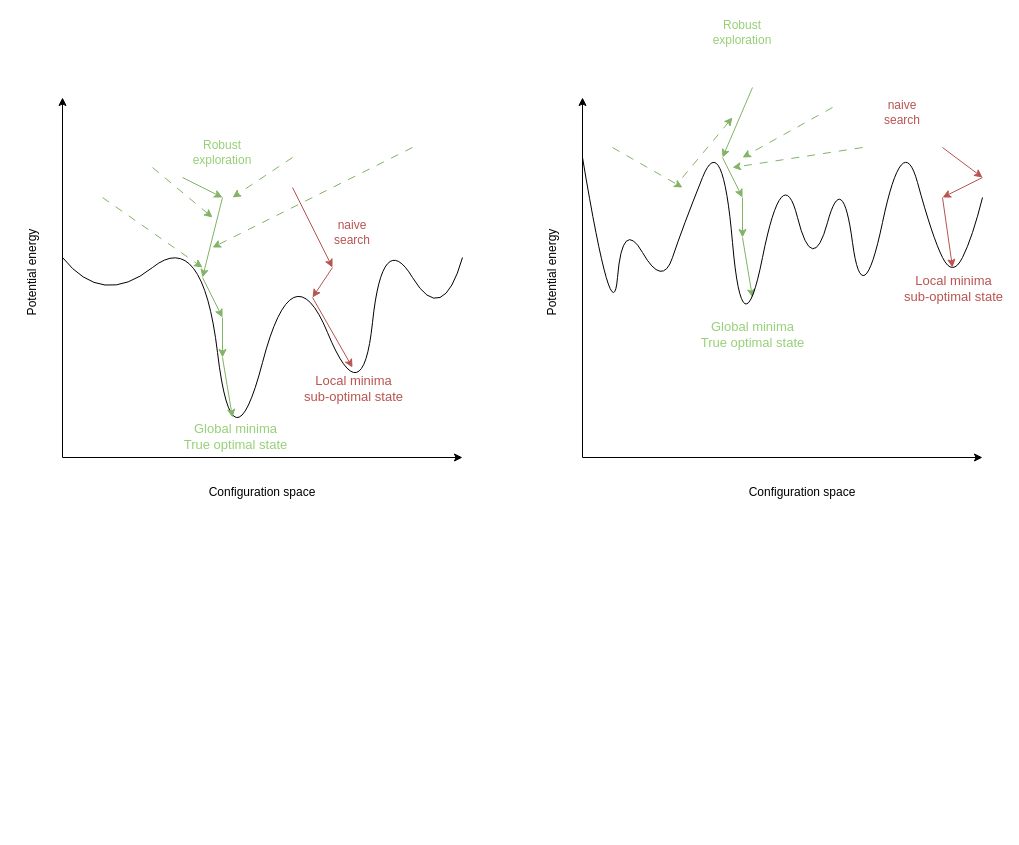
The draw.io diagram Stability_diagram.drawio in juansebastiangit/Inteligencia_artificial, before the edit. Source tidied: cells renumbered, new cells numbered last; positions are measured from the earlier drawing's top-left corner, leaving out a move shared by most shapes. Both pictures are drawn from the tidied source at 100%, with x=0, y=0 at pixel (-18, 17).
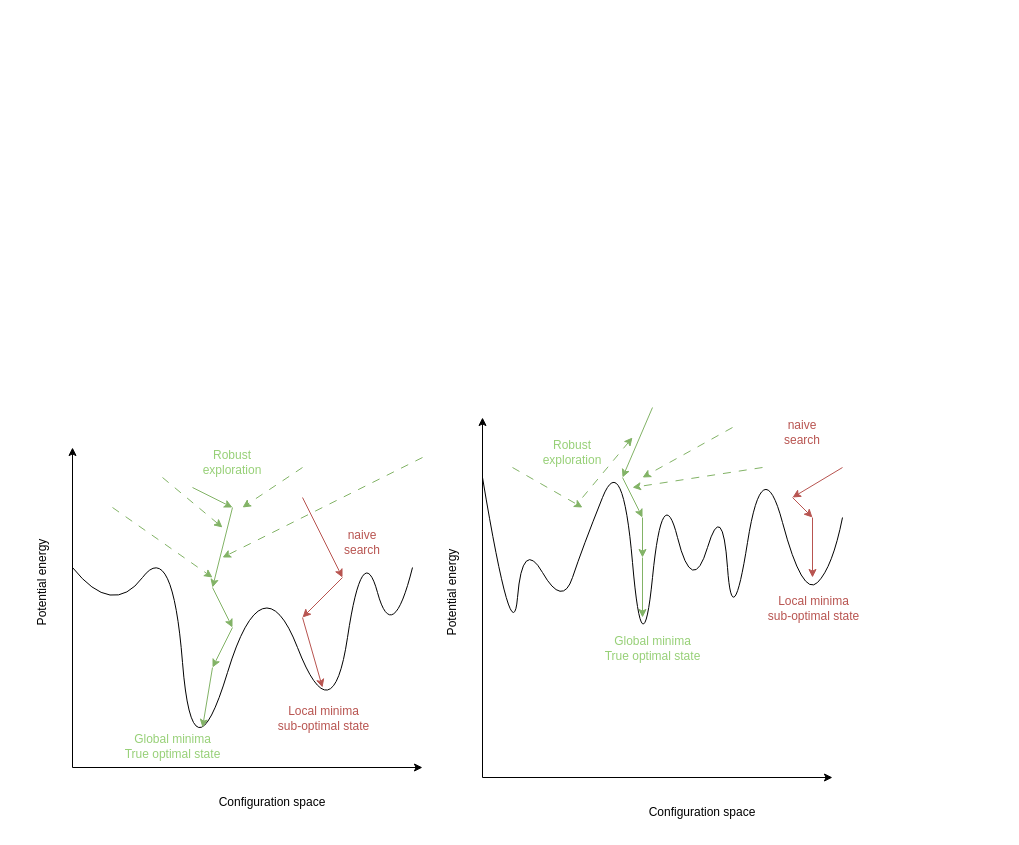
Above is the later version.

Diff of the diagram source:
```diff
@@
-    <mxCell id="2" style="endArrow=classic;html=1;rounded=0;" parent="1" edge="1">
+    <mxCell id="2" style="endArrow=classic;html=1;rounded=0;fontSize=12;" parent="1" edge="1">
       <mxGeometry relative="1" as="geometry">
-        <mxPoint x="80" y="440" as="sourcePoint" />
-        <mxPoint x="80" y="80" as="targetPoint" />
+        <mxPoint x="90" y="750" as="sourcePoint" />
+        <mxPoint x="90" y="430" as="targetPoint" />
       </mxGeometry>
     </mxCell>
-    <mxCell id="3" style="endArrow=classic;html=1;rounded=0;" parent="1" edge="1">
+    <mxCell id="3" style="endArrow=classic;html=1;rounded=0;fontSize=12;" parent="1" edge="1">
       <mxGeometry relative="1" as="geometry">
-        <mxPoint x="80" y="440" as="sourcePoint" />
-        <mxPoint x="480" y="440" as="targetPoint" />
+        <mxPoint x="90" y="750" as="sourcePoint" />
+        <mxPoint x="440" y="750" as="targetPoint" />
       </mxGeometry>
     </mxCell>
-    <mxCell id="4" style="endArrow=classic;html=1;rounded=0;" parent="1" edge="1">
+    <mxCell id="4" style="endArrow=classic;html=1;rounded=0;fontSize=12;" parent="1" edge="1">
       <mxGeometry relative="1" as="geometry">
-        <mxPoint x="600" y="440" as="sourcePoint" />
-        <mxPoint x="600" y="80" as="targetPoint" />
+        <mxPoint x="500" y="760" as="sourcePoint" />
+        <mxPoint x="500" y="400" as="targetPoint" />
       </mxGeometry>
     </mxCell>
-    <mxCell id="5" style="endArrow=classic;html=1;rounded=0;" parent="1" edge="1">
+    <mxCell id="5" style="endArrow=classic;html=1;rounded=0;fontSize=12;" parent="1" edge="1">
       <mxGeometry relative="1" as="geometry">
-        <mxPoint x="600" y="440" as="sourcePoint" />
-        <mxPoint x="1000" y="440" as="targetPoint" />
+        <mxPoint x="500" y="760" as="sourcePoint" />
+        <mxPoint x="850" y="760" as="targetPoint" />
       </mxGeometry>
     </mxCell>
-    <mxCell id="6" value="Potential energy" style="text;html=1;whiteSpace=wrap;strokeColor=none;fillColor=none;align=center;verticalAlign=middle;rounded=0;rotation=-90;" parent="1" vertex="1">
-      <mxGeometry y="240" width="100" height="30" as="geometry" />
+    <mxCell id="6" value="Potential energy" style="text;html=1;whiteSpace=wrap;strokeColor=none;fillColor=none;align=center;verticalAlign=middle;rounded=0;rotation=-90;fontSize=12;" parent="1" vertex="1">
+      <mxGeometry x="10" y="550" width="100" height="30" as="geometry" />
     </mxCell>
-    <mxCell id="7" value="Potential energy" style="text;html=1;whiteSpace=wrap;strokeColor=none;fillColor=none;align=center;verticalAlign=middle;rounded=0;rotation=-90;" parent="1" vertex="1">
-      <mxGeometry x="520" y="240" width="100" height="30" as="geometry" />
+    <mxCell id="7" value="Potential energy" style="text;html=1;whiteSpace=wrap;strokeColor=none;fillColor=none;align=center;verticalAlign=middle;rounded=0;rotation=-90;fontSize=12;" parent="1" vertex="1">
+      <mxGeometry x="420" y="560" width="100" height="30" as="geometry" />
     </mxCell>
-    <mxCell id="8" value="Configuration space" style="text;html=1;whiteSpace=wrap;strokeColor=none;fillColor=none;align=center;verticalAlign=middle;rounded=0;" parent="1" vertex="1">
-      <mxGeometry x="210" y="460" width="140" height="30" as="geometry" />
+    <mxCell id="8" value="Configuration space" style="text;html=1;whiteSpace=wrap;strokeColor=none;fillColor=none;align=center;verticalAlign=middle;rounded=0;fontSize=12;" parent="1" vertex="1">
+      <mxGeometry x="220" y="770" width="140" height="30" as="geometry" />
     </mxCell>
-    <mxCell id="9" value="Configuration space" style="text;html=1;whiteSpace=wrap;strokeColor=none;fillColor=none;align=center;verticalAlign=middle;rounded=0;" parent="1" vertex="1">
-      <mxGeometry x="750" y="460" width="140" height="30" as="geometry" />
+    <mxCell id="9" value="Configuration space" style="text;html=1;whiteSpace=wrap;strokeColor=none;fillColor=none;align=center;verticalAlign=middle;rounded=0;fontSize=12;" parent="1" vertex="1">
+      <mxGeometry x="650" y="780" width="140" height="30" as="geometry" />
     </mxCell>
-    <mxCell id="10" style="endArrow=none;html=1;rounded=0;curved=1;" parent="1" edge="1">
+    <mxCell id="10" style="endArrow=none;html=1;rounded=0;curved=1;fontSize=12;" parent="1" edge="1">
       <mxGeometry relative="1" as="geometry">
-        <mxPoint x="80" y="240" as="sourcePoint" />
-        <mxPoint x="480" y="240" as="targetPoint" />
+        <mxPoint x="90" y="550" as="sourcePoint" />
+        <mxPoint x="430" y="550" as="targetPoint" />
         <Array as="points">
-          <mxPoint x="120" y="290" />
-          <mxPoint x="220" y="210" />
-          <mxPoint x="250" y="460" />
-          <mxPoint x="310" y="230" />
-          <mxPoint x="380" y="400" />
-          <mxPoint x="400" y="210" />
-          <mxPoint x="460" y="310" />
+          <mxPoint x="130" y="600" />
+          <mxPoint x="190" y="520" />
+          <mxPoint x="210" y="770" />
+          <mxPoint x="280" y="540" />
+          <mxPoint x="350" y="720" />
+          <mxPoint x="380" y="520" />
+          <mxPoint x="410" y="630" />
         </Array>
       </mxGeometry>
     </mxCell>
-    <mxCell id="11" value="Global minima&lt;div&gt;True optimal state&lt;/div&gt;" style="edgeLabel;html=1;align=center;verticalAlign=middle;fontSize=13;fontColor=#97D077;" parent="10" vertex="1">
+    <mxCell id="11" value="Global minima&lt;div&gt;True optimal state&lt;/div&gt;" style="edgeLabel;html=1;align=center;verticalAlign=middle;fontSize=12;fontColor=#97D077;" parent="10" vertex="1">
       <mxGeometry x="-0.38" y="9" relative="1" as="geometry">
-        <mxPoint y="17" as="offset" />
+        <mxPoint x="-27" y="-13" as="offset" />
       </mxGeometry>
     </mxCell>
-    <mxCell id="12" style="endArrow=classic;html=1;rounded=0;fillColor=#f8cecc;strokeColor=#b85450;" parent="1" edge="1">
+    <mxCell id="12" style="endArrow=classic;html=1;rounded=0;fillColor=#f8cecc;strokeColor=#b85450;fontSize=12;" parent="1" edge="1">
       <mxGeometry relative="1" as="geometry">
-        <mxPoint x="310" y="170" as="sourcePoint" />
-        <mxPoint x="350" y="250" as="targetPoint" />
+        <mxPoint x="320" y="480" as="sourcePoint" />
+        <mxPoint x="360" y="560" as="targetPoint" />
       </mxGeometry>
     </mxCell>
-    <mxCell id="13" style="endArrow=classic;html=1;rounded=0;fillColor=#f8cecc;strokeColor=#b85450;" parent="1" edge="1">
+    <mxCell id="13" style="endArrow=classic;html=1;rounded=0;fillColor=#f8cecc;strokeColor=#b85450;fontSize=12;" parent="1" edge="1">
       <mxGeometry relative="1" as="geometry">
-        <mxPoint x="350" y="250" as="sourcePoint" />
-        <mxPoint x="330" y="280" as="targetPoint" />
+        <mxPoint x="360" y="560" as="sourcePoint" />
+        <mxPoint x="320" y="600" as="targetPoint" />
       </mxGeometry>
     </mxCell>
-    <mxCell id="14" style="endArrow=classic;html=1;rounded=0;fillColor=#f8cecc;strokeColor=#b85450;" parent="1" edge="1">
+    <mxCell id="14" style="endArrow=classic;html=1;rounded=0;fillColor=#f8cecc;strokeColor=#b85450;fontSize=12;" parent="1" edge="1">
       <mxGeometry relative="1" as="geometry">
-        <mxPoint x="330" y="280" as="sourcePoint" />
-        <mxPoint x="370" y="350" as="targetPoint" />
+        <mxPoint x="320" y="600" as="sourcePoint" />
+        <mxPoint x="340" y="670" as="targetPoint" />
       </mxGeometry>
     </mxCell>
-    <mxCell id="15" style="endArrow=classic;html=1;rounded=0;fillColor=#d5e8d4;strokeColor=#82b366;" parent="1" edge="1">
+    <mxCell id="15" style="endArrow=classic;html=1;rounded=0;fillColor=#d5e8d4;strokeColor=#82b366;fontSize=12;" parent="1" edge="1">
       <mxGeometry relative="1" as="geometry">
-        <mxPoint x="200" y="160" as="sourcePoint" />
-        <mxPoint x="240" y="180" as="targetPoint" />
+        <mxPoint x="210" y="470" as="sourcePoint" />
+        <mxPoint x="250" y="490" as="targetPoint" />
       </mxGeometry>
     </mxCell>
-    <mxCell id="16" style="endArrow=classic;html=1;rounded=0;fillColor=#d5e8d4;strokeColor=#82b366;" parent="1" edge="1">
+    <mxCell id="16" style="endArrow=classic;html=1;rounded=0;fillColor=#d5e8d4;strokeColor=#82b366;fontSize=12;" parent="1" edge="1">
       <mxGeometry relative="1" as="geometry">
-        <mxPoint x="240" y="180" as="sourcePoint" />
-        <mxPoint x="220" y="260" as="targetPoint" />
+        <mxPoint x="250" y="490" as="sourcePoint" />
+        <mxPoint x="230" y="570" as="targetPoint" />
       </mxGeometry>
     </mxCell>
-    <mxCell id="17" style="endArrow=classic;html=1;rounded=0;fillColor=#d5e8d4;strokeColor=#82b366;" parent="1" edge="1">
+    <mxCell id="17" style="endArrow=classic;html=1;rounded=0;fillColor=#d5e8d4;strokeColor=#82b366;fontSize=12;" parent="1" edge="1">
       <mxGeometry relative="1" as="geometry">
-        <mxPoint x="220" y="260" as="sourcePoint" />
-        <mxPoint x="240" y="300" as="targetPoint" />
+        <mxPoint x="230" y="570" as="sourcePoint" />
+        <mxPoint x="250" y="610" as="targetPoint" />
       </mxGeometry>
     </mxCell>
-    <mxCell id="18" style="endArrow=classic;html=1;rounded=0;fillColor=#d5e8d4;strokeColor=#82b366;" parent="1" edge="1">
+    <mxCell id="18" style="endArrow=classic;html=1;rounded=0;fillColor=#d5e8d4;strokeColor=#82b366;fontSize=12;" parent="1" edge="1">
       <mxGeometry relative="1" as="geometry">
-        <mxPoint x="240" y="300" as="sourcePoint" />
-        <mxPoint x="240" y="340" as="targetPoint" />
+        <mxPoint x="250" y="610" as="sourcePoint" />
+        <mxPoint x="230" y="650" as="targetPoint" />
       </mxGeometry>
     </mxCell>
-    <mxCell id="19" style="endArrow=classic;html=1;rounded=0;fillColor=#d5e8d4;strokeColor=#82b366;" parent="1" edge="1">
+    <mxCell id="19" style="endArrow=classic;html=1;rounded=0;fillColor=#d5e8d4;strokeColor=#82b366;fontSize=12;" parent="1" edge="1">
       <mxGeometry relative="1" as="geometry">
-        <mxPoint x="240" y="340" as="sourcePoint" />
-        <mxPoint x="250" y="400" as="targetPoint" />
+        <mxPoint x="230" y="650" as="sourcePoint" />
+        <mxPoint x="220" y="710" as="targetPoint" />
       </mxGeometry>
     </mxCell>
-    <mxCell id="20" value="Local minima&lt;div&gt;sub-optimal state&lt;/div&gt;" style="edgeLabel;html=1;align=center;verticalAlign=middle;fontSize=13;fontColor=#B85450;" parent="1" vertex="1">
-      <mxGeometry x="370" y="370" as="geometry" />
+    <mxCell id="20" value="Local minima&lt;div&gt;sub-optimal state&lt;/div&gt;" style="edgeLabel;html=1;align=center;verticalAlign=middle;fontSize=12;fontColor=#B85450;" parent="1" vertex="1">
+      <mxGeometry x="340" y="700" as="geometry" />
     </mxCell>
-    <mxCell id="21" value="naive search" style="text;html=1;whiteSpace=wrap;strokeColor=none;fillColor=none;align=center;verticalAlign=middle;rounded=0;fontColor=#B85450;" parent="1" vertex="1">
-      <mxGeometry x="340" y="200" width="60" height="30" as="geometry" />
+    <mxCell id="21" value="naive search" style="text;html=1;whiteSpace=wrap;strokeColor=none;fillColor=none;align=center;verticalAlign=middle;rounded=0;fontColor=#B85450;fontSize=12;" parent="1" vertex="1">
+      <mxGeometry x="350" y="510" width="60" height="30" as="geometry" />
     </mxCell>
-    <mxCell id="22" value="Robust exploration" style="text;html=1;whiteSpace=wrap;strokeColor=none;fillColor=none;align=center;verticalAlign=middle;rounded=0;fontColor=#97D077;" parent="1" vertex="1">
-      <mxGeometry x="210" y="120" width="60" height="30" as="geometry" />
+    <mxCell id="22" value="Robust exploration" style="text;html=1;whiteSpace=wrap;strokeColor=none;fillColor=none;align=center;verticalAlign=middle;rounded=0;fontColor=#97D077;fontSize=12;" parent="1" vertex="1">
+      <mxGeometry x="220" y="430" width="60" height="30" as="geometry" />
     </mxCell>
-    <mxCell id="23" style="endArrow=classic;html=1;rounded=0;fillColor=#d5e8d4;strokeColor=#82b366;dashed=1;dashPattern=8 8;" parent="1" edge="1">
+    <mxCell id="23" style="endArrow=classic;html=1;rounded=0;fillColor=#d5e8d4;strokeColor=#82b366;dashed=1;dashPattern=8 8;fontSize=12;" parent="1" edge="1">
       <mxGeometry relative="1" as="geometry">
-        <mxPoint x="310" y="140" as="sourcePoint" />
-        <mxPoint x="250" y="180" as="targetPoint" />
+        <mxPoint x="320" y="450" as="sourcePoint" />
+        <mxPoint x="260" y="490" as="targetPoint" />
       </mxGeometry>
     </mxCell>
-    <mxCell id="24" style="endArrow=classic;html=1;rounded=0;fillColor=#d5e8d4;strokeColor=#82b366;dashed=1;dashPattern=8 8;" parent="1" edge="1">
+    <mxCell id="24" style="endArrow=classic;html=1;rounded=0;fillColor=#d5e8d4;strokeColor=#82b366;dashed=1;dashPattern=8 8;fontSize=12;" parent="1" edge="1">
       <mxGeometry relative="1" as="geometry">
-        <mxPoint x="120" y="180" as="sourcePoint" />
-        <mxPoint x="220" y="250" as="targetPoint" />
+        <mxPoint x="130" y="490" as="sourcePoint" />
+        <mxPoint x="230" y="560" as="targetPoint" />
       </mxGeometry>
     </mxCell>
-    <mxCell id="25" style="endArrow=classic;html=1;rounded=0;fillColor=#d5e8d4;strokeColor=#82b366;dashed=1;dashPattern=8 8;" parent="1" edge="1">
+    <mxCell id="25" style="endArrow=classic;html=1;rounded=0;fillColor=#d5e8d4;strokeColor=#82b366;dashed=1;dashPattern=8 8;fontSize=12;" parent="1" edge="1">
       <mxGeometry relative="1" as="geometry">
-        <mxPoint x="430" y="130" as="sourcePoint" />
-        <mxPoint x="230" y="230" as="targetPoint" />
+        <mxPoint x="440" y="440" as="sourcePoint" />
+        <mxPoint x="240" y="540" as="targetPoint" />
       </mxGeometry>
     </mxCell>
-    <mxCell id="26" style="endArrow=classic;html=1;rounded=0;fillColor=#d5e8d4;strokeColor=#82b366;dashed=1;dashPattern=8 8;" parent="1" edge="1">
+    <mxCell id="26" style="endArrow=classic;html=1;rounded=0;fillColor=#d5e8d4;strokeColor=#82b366;dashed=1;dashPattern=8 8;fontSize=12;" parent="1" edge="1">
       <mxGeometry relative="1" as="geometry">
-        <mxPoint x="170" y="150" as="sourcePoint" />
-        <mxPoint x="230" y="200" as="targetPoint" />
+        <mxPoint x="180" y="460" as="sourcePoint" />
+        <mxPoint x="240" y="510" as="targetPoint" />
       </mxGeometry>
     </mxCell>
-    <mxCell id="27" style="endArrow=classic;html=1;rounded=0;fillColor=#f8cecc;strokeColor=#b85450;" parent="1" edge="1">
+    <mxCell id="27" style="endArrow=classic;html=1;rounded=0;fillColor=#f8cecc;strokeColor=#b85450;fontSize=12;" parent="1" edge="1">
       <mxGeometry relative="1" as="geometry">
-        <mxPoint x="960" y="130" as="sourcePoint" />
-        <mxPoint x="1000" y="160" as="targetPoint" />
+        <mxPoint x="860" y="450" as="sourcePoint" />
+        <mxPoint x="810" y="480" as="targetPoint" />
       </mxGeometry>
     </mxCell>
-    <mxCell id="28" style="endArrow=classic;html=1;rounded=0;fillColor=#f8cecc;strokeColor=#b85450;" parent="1" edge="1">
+    <mxCell id="28" style="endArrow=classic;html=1;rounded=0;fillColor=#f8cecc;strokeColor=#b85450;fontSize=12;" parent="1" edge="1">
       <mxGeometry relative="1" as="geometry">
-        <mxPoint x="1000" y="160" as="sourcePoint" />
-        <mxPoint x="960" y="180" as="targetPoint" />
+        <mxPoint x="810" y="480" as="sourcePoint" />
+        <mxPoint x="830" y="500" as="targetPoint" />
       </mxGeometry>
     </mxCell>
-    <mxCell id="29" style="endArrow=classic;html=1;rounded=0;fillColor=#f8cecc;strokeColor=#b85450;" parent="1" edge="1">
+    <mxCell id="29" style="endArrow=classic;html=1;rounded=0;fillColor=#f8cecc;strokeColor=#b85450;fontSize=12;" parent="1" edge="1">
       <mxGeometry relative="1" as="geometry">
-        <mxPoint x="960" y="180" as="sourcePoint" />
-        <mxPoint x="970" y="250" as="targetPoint" />
+        <mxPoint x="830" y="500" as="sourcePoint" />
+        <mxPoint x="830" y="560" as="targetPoint" />
       </mxGeometry>
     </mxCell>
-    <mxCell id="30" style="endArrow=classic;html=1;rounded=0;fillColor=#d5e8d4;strokeColor=#82b366;" parent="1" edge="1">
+    <mxCell id="30" style="endArrow=classic;html=1;rounded=0;fillColor=#d5e8d4;strokeColor=#82b366;fontSize=12;" parent="1" edge="1">
       <mxGeometry relative="1" as="geometry">
-        <mxPoint x="770" y="70" as="sourcePoint" />
-        <mxPoint x="740" y="140" as="targetPoint" />
+        <mxPoint x="670" y="390" as="sourcePoint" />
+        <mxPoint x="640" y="460" as="targetPoint" />
       </mxGeometry>
     </mxCell>
-    <mxCell id="31" style="endArrow=classic;html=1;rounded=0;fillColor=#d5e8d4;strokeColor=#82b366;" parent="1" edge="1">
+    <mxCell id="31" style="endArrow=classic;html=1;rounded=0;fillColor=#d5e8d4;strokeColor=#82b366;fontSize=12;" parent="1" edge="1">
       <mxGeometry relative="1" as="geometry">
-        <mxPoint x="740" y="140" as="sourcePoint" />
-        <mxPoint x="760" y="180" as="targetPoint" />
+        <mxPoint x="640" y="460" as="sourcePoint" />
+        <mxPoint x="660" y="500" as="targetPoint" />
       </mxGeometry>
     </mxCell>
-    <mxCell id="32" style="endArrow=classic;html=1;rounded=0;fillColor=#d5e8d4;strokeColor=#82b366;" parent="1" edge="1">
+    <mxCell id="32" style="endArrow=classic;html=1;rounded=0;fillColor=#d5e8d4;strokeColor=#82b366;fontSize=12;" parent="1" edge="1">
       <mxGeometry relative="1" as="geometry">
-        <mxPoint x="760" y="180" as="sourcePoint" />
-        <mxPoint x="760" y="220" as="targetPoint" />
+        <mxPoint x="660" y="500" as="sourcePoint" />
+        <mxPoint x="660" y="540" as="targetPoint" />
       </mxGeometry>
     </mxCell>
-    <mxCell id="33" style="endArrow=classic;html=1;rounded=0;fillColor=#d5e8d4;strokeColor=#82b366;" parent="1" edge="1">
+    <mxCell id="33" style="endArrow=classic;html=1;rounded=0;fillColor=#d5e8d4;strokeColor=#82b366;fontSize=12;" parent="1" edge="1">
       <mxGeometry relative="1" as="geometry">
-        <mxPoint x="760" y="220" as="sourcePoint" />
-        <mxPoint x="770" y="280" as="targetPoint" />
+        <mxPoint x="660" y="540" as="sourcePoint" />
+        <mxPoint x="660" y="600" as="targetPoint" />
       </mxGeometry>
     </mxCell>
-    <mxCell id="34" value="Local minima&lt;div&gt;sub-optimal state&lt;/div&gt;" style="edgeLabel;html=1;align=center;verticalAlign=middle;fontSize=13;fontColor=#B85450;" parent="1" vertex="1">
-      <mxGeometry x="970" y="270" as="geometry" />
+    <mxCell id="34" value="Local minima&lt;div&gt;sub-optimal state&lt;/div&gt;" style="edgeLabel;html=1;align=center;verticalAlign=middle;fontSize=12;fontColor=#B85450;" parent="1" vertex="1">
+      <mxGeometry x="830" y="590" as="geometry" />
     </mxCell>
-    <mxCell id="35" value="naive search" style="text;html=1;whiteSpace=wrap;strokeColor=none;fillColor=none;align=center;verticalAlign=middle;rounded=0;fontColor=#B85450;" parent="1" vertex="1">
-      <mxGeometry x="890" y="80" width="60" height="30" as="geometry" />
+    <mxCell id="35" value="naive search" style="text;html=1;whiteSpace=wrap;strokeColor=none;fillColor=none;align=center;verticalAlign=middle;rounded=0;fontColor=#B85450;fontSize=12;" parent="1" vertex="1">
+      <mxGeometry x="790" y="400" width="60" height="30" as="geometry" />
     </mxCell>
-    <mxCell id="36" value="Robust exploration" style="text;html=1;whiteSpace=wrap;strokeColor=none;fillColor=none;align=center;verticalAlign=middle;rounded=0;fontColor=#97D077;" parent="1" vertex="1">
-      <mxGeometry x="730" width="60" height="30" as="geometry" />
+    <mxCell id="36" value="Robust exploration" style="text;html=1;whiteSpace=wrap;strokeColor=none;fillColor=none;align=center;verticalAlign=middle;rounded=0;fontColor=#97D077;fontSize=12;" parent="1" vertex="1">
+      <mxGeometry x="560" y="420" width="60" height="30" as="geometry" />
     </mxCell>
-    <mxCell id="37" style="endArrow=classic;html=1;rounded=0;fillColor=#d5e8d4;strokeColor=#82b366;dashed=1;dashPattern=8 8;" parent="1" edge="1">
+    <mxCell id="37" style="endArrow=classic;html=1;rounded=0;fillColor=#d5e8d4;strokeColor=#82b366;dashed=1;dashPattern=8 8;fontSize=12;" parent="1" edge="1">
       <mxGeometry relative="1" as="geometry">
-        <mxPoint x="850" y="90" as="sourcePoint" />
-        <mxPoint x="760" y="140" as="targetPoint" />
+        <mxPoint x="750" y="410" as="sourcePoint" />
+        <mxPoint x="660" y="460" as="targetPoint" />
       </mxGeometry>
     </mxCell>
-    <mxCell id="38" style="endArrow=classic;html=1;rounded=0;fillColor=#d5e8d4;strokeColor=#82b366;dashed=1;dashPattern=8 8;" parent="1" edge="1">
+    <mxCell id="38" style="endArrow=classic;html=1;rounded=0;fillColor=#d5e8d4;strokeColor=#82b366;dashed=1;dashPattern=8 8;fontSize=12;" parent="1" edge="1">
       <mxGeometry relative="1" as="geometry">
-        <mxPoint x="630" y="130" as="sourcePoint" />
-        <mxPoint x="700" y="170" as="targetPoint" />
+        <mxPoint x="530" y="450" as="sourcePoint" />
+        <mxPoint x="600" y="490" as="targetPoint" />
       </mxGeometry>
     </mxCell>
-    <mxCell id="39" style="endArrow=classic;html=1;rounded=0;fillColor=#d5e8d4;strokeColor=#82b366;dashed=1;dashPattern=8 8;" parent="1" edge="1">
+    <mxCell id="39" style="endArrow=classic;html=1;rounded=0;fillColor=#d5e8d4;strokeColor=#82b366;dashed=1;dashPattern=8 8;fontSize=12;" parent="1" edge="1">
       <mxGeometry relative="1" as="geometry">
-        <mxPoint x="880" y="130" as="sourcePoint" />
-        <mxPoint x="750" y="150" as="targetPoint" />
+        <mxPoint x="780" y="450" as="sourcePoint" />
+        <mxPoint x="650" y="470" as="targetPoint" />
       </mxGeometry>
     </mxCell>
-    <mxCell id="40" style="endArrow=classic;html=1;rounded=0;fillColor=#d5e8d4;strokeColor=#82b366;dashed=1;dashPattern=8 8;" parent="1" edge="1">
+    <mxCell id="40" style="endArrow=classic;html=1;rounded=0;fillColor=#d5e8d4;strokeColor=#82b366;dashed=1;dashPattern=8 8;fontSize=12;" parent="1" edge="1">
       <mxGeometry relative="1" as="geometry">
-        <mxPoint x="700" y="160" as="sourcePoint" />
-        <mxPoint x="750" y="100" as="targetPoint" />
+        <mxPoint x="600" y="480" as="sourcePoint" />
+        <mxPoint x="650" y="420" as="targetPoint" />
       </mxGeometry>
     </mxCell>
-    <mxCell id="41" style="endArrow=none;html=1;rounded=0;curved=1;" parent="1" edge="1">
+    <mxCell id="41" style="endArrow=none;html=1;rounded=0;curved=1;fontSize=12;" parent="1" edge="1">
       <mxGeometry relative="1" as="geometry">
-        <mxPoint x="600" y="140" as="sourcePoint" />
-        <mxPoint x="1000" y="180" as="targetPoint" />
+        <mxPoint x="500" y="460" as="sourcePoint" />
+        <mxPoint x="860" y="500" as="targetPoint" />
         <Array as="points">
-          <mxPoint x="630" y="320" />
-          <mxPoint x="640" y="200" />
-          <mxPoint x="680" y="270" />
-          <mxPoint x="700" y="210" />
-          <mxPoint x="740" y="110" />
-          <mxPoint x="760" y="340" />
-          <mxPoint x="800" y="140" />
-          <mxPoint x="830" y="260" />
-          <mxPoint x="860" y="150" />
-          <mxPoint x="880" y="300" />
-          <mxPoint x="920" y="110" />
-          <mxPoint x="950" y="220" />
-          <mxPoint x="970" y="260" />
-          <mxPoint x="990" y="220" />
+          <mxPoint x="530" y="640" />
+          <mxPoint x="540" y="520" />
+          <mxPoint x="580" y="590" />
+          <mxPoint x="600" y="530" />
+          <mxPoint x="640" y="430" />
+          <mxPoint x="660" y="660" />
+          <mxPoint x="680" y="460" />
+          <mxPoint x="710" y="580" />
+          <mxPoint x="740" y="480" />
+          <mxPoint x="750" y="620" />
+          <mxPoint x="780" y="430" />
+          <mxPoint x="820" y="580" />
+          <mxPoint x="850" y="550" />
         </Array>
       </mxGeometry>
     </mxCell>
-    <mxCell id="42" value="Global minima&lt;div&gt;True optimal state&lt;/div&gt;" style="edgeLabel;html=1;align=center;verticalAlign=middle;fontSize=13;fontColor=#97D077;" parent="41" vertex="1">
+    <mxCell id="42" value="Global minima&lt;div&gt;True optimal state&lt;/div&gt;" style="edgeLabel;html=1;align=center;verticalAlign=middle;fontSize=12;fontColor=#97D077;" parent="41" vertex="1">
       <mxGeometry x="-0.38" y="9" relative="1" as="geometry">
         <mxPoint x="20" y="199" as="offset" />
       </mxGeometry>
     </mxCell>
```
